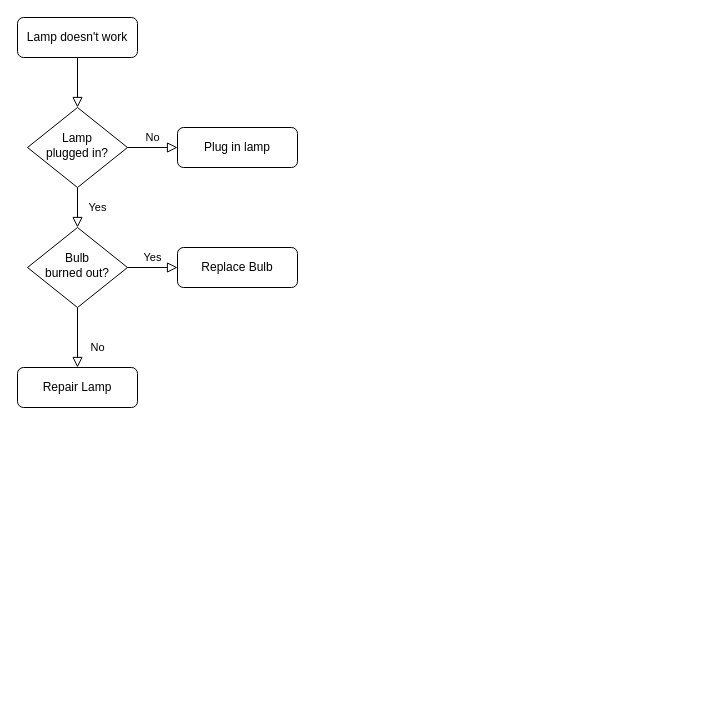
This is FPOO/prova fpoo/Diagrama sem nome.drawio from fefemattoso/1DES, a draw.io file, before an edit. Source tidied: cells renumbered, new cells numbered last; positions are measured from the earlier drawing's top-left corner, leaving out a move shared by most shapes. Both pictures are drawn from the tidied source at 100%, with x=0, y=0 at pixel (17, 17).
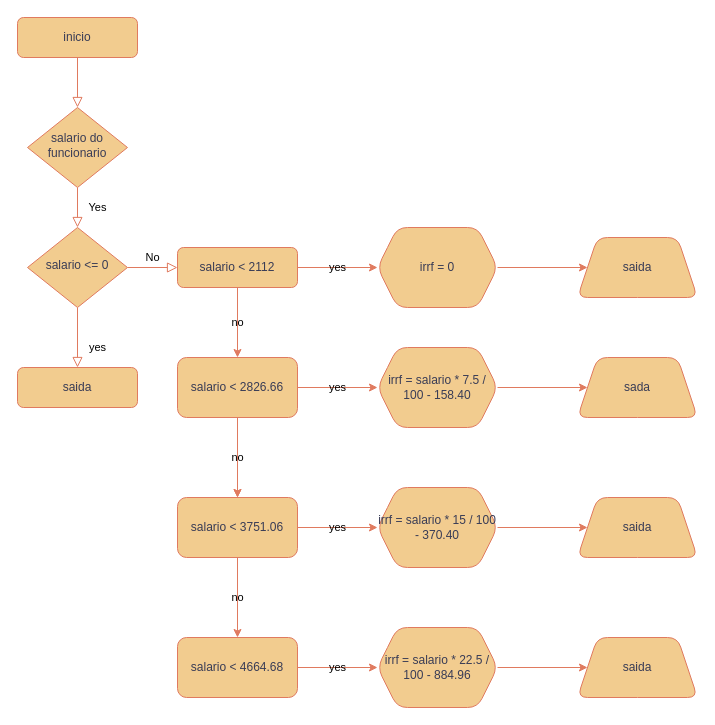
After the change.

What changed in the source:
```diff
@@
-    <mxCell id="2" style="rounded=0;html=1;jettySize=auto;fontSize=11;endArrow=block;endFill=0;endSize=8;strokeWidth=1;shadow=0;labelBackgroundColor=none;edgeStyle=orthogonalEdgeStyle;" parent="1" edge="1" source="3" target="6">
+    <mxCell id="2" style="rounded=0;html=1;jettySize=auto;fontSize=11;endArrow=block;endFill=0;endSize=8;strokeWidth=1;shadow=0;labelBackgroundColor=none;edgeStyle=orthogonalEdgeStyle;strokeColor=#E07A5F;fontColor=default;" parent="1" edge="1" source="3" target="6">
       <mxGeometry relative="1" as="geometry" />
     </mxCell>
-    <mxCell id="3" value="Lamp doesn't work" style="rounded=1;whiteSpace=wrap;html=1;fontSize=12;glass=0;strokeWidth=1;shadow=0;" parent="1" vertex="1">
+    <mxCell id="3" value="inicio" style="rounded=1;whiteSpace=wrap;html=1;fontSize=12;glass=0;strokeWidth=1;shadow=0;labelBackgroundColor=none;fillColor=#F2CC8F;strokeColor=#E07A5F;fontColor=#393C56;" parent="1" vertex="1">
       <mxGeometry width="120" height="40" as="geometry" />
     </mxCell>
-    <mxCell id="4" value="Yes" style="rounded=0;html=1;jettySize=auto;fontSize=11;endArrow=block;endFill=0;endSize=8;strokeWidth=1;shadow=0;labelBackgroundColor=none;edgeStyle=orthogonalEdgeStyle;" parent="1" edge="1" source="6" target="10">
+    <mxCell id="4" value="Yes" style="rounded=0;html=1;jettySize=auto;fontSize=11;endArrow=block;endFill=0;endSize=8;strokeWidth=1;shadow=0;labelBackgroundColor=none;edgeStyle=orthogonalEdgeStyle;strokeColor=#E07A5F;fontColor=default;" parent="1" edge="1" source="6" target="10">
       <mxGeometry y="20" relative="1" as="geometry" />
     </mxCell>
-    <mxCell id="5" value="No" style="edgeStyle=orthogonalEdgeStyle;rounded=0;html=1;jettySize=auto;fontSize=11;endArrow=block;endFill=0;endSize=8;strokeWidth=1;shadow=0;labelBackgroundColor=none;" parent="1" edge="1" source="6" target="7">
-      <mxGeometry y="10" relative="1" as="geometry" />
-    </mxCell>
-    <mxCell id="6" value="Lamp&lt;br&gt;plugged in?" style="rhombus;whiteSpace=wrap;html=1;shadow=0;fontFamily=Helvetica;fontSize=12;align=center;strokeWidth=1;spacing=6;spacingTop=-4;" parent="1" vertex="1">
+    <mxCell id="6" value="salario do funcionario" style="rhombus;whiteSpace=wrap;html=1;shadow=0;fontFamily=Helvetica;fontSize=12;align=center;strokeWidth=1;spacing=6;spacingTop=-4;labelBackgroundColor=none;fillColor=#F2CC8F;strokeColor=#E07A5F;fontColor=#393C56;" parent="1" vertex="1">
       <mxGeometry x="10" y="90" width="100" height="80" as="geometry" />
     </mxCell>
-    <mxCell id="7" value="Plug in lamp" style="rounded=1;whiteSpace=wrap;html=1;fontSize=12;glass=0;strokeWidth=1;shadow=0;" parent="1" vertex="1">
-      <mxGeometry x="160" y="110" width="120" height="40" as="geometry" />
-    </mxCell>
-    <mxCell id="8" value="No" style="rounded=0;html=1;jettySize=auto;fontSize=11;endArrow=block;endFill=0;endSize=8;strokeWidth=1;shadow=0;labelBackgroundColor=none;edgeStyle=orthogonalEdgeStyle;" parent="1" edge="1" source="10" target="11">
+    <mxCell id="8" value="yes" style="rounded=0;html=1;jettySize=auto;fontSize=11;endArrow=block;endFill=0;endSize=8;strokeWidth=1;shadow=0;labelBackgroundColor=none;edgeStyle=orthogonalEdgeStyle;strokeColor=#E07A5F;fontColor=default;" parent="1" edge="1" source="10" target="11">
       <mxGeometry x="0.33" y="20" relative="1" as="geometry" />
     </mxCell>
-    <mxCell id="9" value="Yes" style="edgeStyle=orthogonalEdgeStyle;rounded=0;html=1;jettySize=auto;fontSize=11;endArrow=block;endFill=0;endSize=8;strokeWidth=1;shadow=0;labelBackgroundColor=none;" parent="1" edge="1" source="10" target="12">
+    <mxCell id="9" value="No" style="edgeStyle=orthogonalEdgeStyle;rounded=0;html=1;jettySize=auto;fontSize=11;endArrow=block;endFill=0;endSize=8;strokeWidth=1;shadow=0;labelBackgroundColor=none;strokeColor=#E07A5F;fontColor=default;" parent="1" edge="1" source="10" target="12">
       <mxGeometry y="10" relative="1" as="geometry" />
     </mxCell>
-    <mxCell id="10" value="Bulb&lt;br&gt;burned out?" style="rhombus;whiteSpace=wrap;html=1;shadow=0;fontFamily=Helvetica;fontSize=12;align=center;strokeWidth=1;spacing=6;spacingTop=-4;" parent="1" vertex="1">
+    <mxCell id="10" value="salario &amp;lt;= 0" style="rhombus;whiteSpace=wrap;html=1;shadow=0;fontFamily=Helvetica;fontSize=12;align=center;strokeWidth=1;spacing=6;spacingTop=-4;labelBackgroundColor=none;fillColor=#F2CC8F;strokeColor=#E07A5F;fontColor=#393C56;" parent="1" vertex="1">
       <mxGeometry x="10" y="210" width="100" height="80" as="geometry" />
     </mxCell>
-    <mxCell id="11" value="Repair Lamp" style="rounded=1;whiteSpace=wrap;html=1;fontSize=12;glass=0;strokeWidth=1;shadow=0;" parent="1" vertex="1">
+    <mxCell id="11" value="saida" style="rounded=1;whiteSpace=wrap;html=1;fontSize=12;glass=0;strokeWidth=1;shadow=0;labelBackgroundColor=none;fillColor=#F2CC8F;strokeColor=#E07A5F;fontColor=#393C56;" parent="1" vertex="1">
       <mxGeometry y="350" width="120" height="40" as="geometry" />
     </mxCell>
+    <mxCell id="13" value="yes" style="edgeStyle=orthogonalEdgeStyle;rounded=0;jettySize=auto;html=1;labelBackgroundColor=none;strokeColor=#E07A5F;fontColor=default;" parent="1" edge="1" source="12" target="16">
+      <mxGeometry relative="1" as="geometry" />
+    </mxCell>
+    <mxCell id="14" value="no" style="edgeStyle=orthogonalEdgeStyle;rounded=0;jettySize=auto;html=1;labelBackgroundColor=none;strokeColor=#E07A5F;fontColor=default;" parent="1" edge="1" source="12" target="20">
+      <mxGeometry relative="1" as="geometry" />
+    </mxCell>
-    <mxCell id="12" value="Replace Bulb" style="rounded=1;whiteSpace=wrap;html=1;fontSize=12;glass=0;strokeWidth=1;shadow=0;" parent="1" vertex="1">
+    <mxCell id="12" value="salario &amp;lt; 2112" style="rounded=1;whiteSpace=wrap;html=1;fontSize=12;glass=0;strokeWidth=1;shadow=0;labelBackgroundColor=none;fillColor=#F2CC8F;strokeColor=#E07A5F;fontColor=#393C56;" parent="1" vertex="1">
       <mxGeometry x="160" y="230" width="120" height="40" as="geometry" />
     </mxCell>
+    <mxCell id="15" style="edgeStyle=orthogonalEdgeStyle;rounded=0;jettySize=auto;html=1;labelBackgroundColor=none;strokeColor=#E07A5F;fontColor=default;" parent="1" edge="1" source="16" target="33">
+      <mxGeometry relative="1" as="geometry" />
+    </mxCell>
+    <mxCell id="16" value="irrf = 0" style="shape=hexagon;perimeter=hexagonPerimeter2;whiteSpace=wrap;html=1;fixedSize=1;rounded=1;glass=0;strokeWidth=1;shadow=0;labelBackgroundColor=none;fillColor=#F2CC8F;strokeColor=#E07A5F;fontColor=#393C56;" parent="1" vertex="1">
+      <mxGeometry x="360" y="210" width="120" height="80" as="geometry" />
+    </mxCell>
+    <mxCell id="17" value="yes" style="edgeStyle=orthogonalEdgeStyle;rounded=0;jettySize=auto;html=1;labelBackgroundColor=none;strokeColor=#E07A5F;fontColor=default;" parent="1" edge="1" source="20" target="23">
+      <mxGeometry relative="1" as="geometry" />
+    </mxCell>
+    <mxCell id="18" value="no" style="edgeStyle=orthogonalEdgeStyle;rounded=0;jettySize=auto;html=1;labelBackgroundColor=none;strokeColor=#E07A5F;fontColor=default;" parent="1" edge="1" source="20">
+      <mxGeometry relative="1" as="geometry">
+        <mxPoint x="220" y="480" as="targetPoint" />
+      </mxGeometry>
+    </mxCell>
+    <mxCell id="19" style="edgeStyle=orthogonalEdgeStyle;rounded=0;jettySize=auto;html=1;labelBackgroundColor=none;strokeColor=#E07A5F;fontColor=default;" parent="1" edge="1" source="20" target="26">
+      <mxGeometry relative="1" as="geometry" />
+    </mxCell>
+    <mxCell id="20" value="salario &amp;lt; 2826.66" style="rounded=1;whiteSpace=wrap;html=1;glass=0;strokeWidth=1;shadow=0;labelBackgroundColor=none;fillColor=#F2CC8F;strokeColor=#E07A5F;fontColor=#393C56;" parent="1" vertex="1">
+      <mxGeometry x="160" y="340" width="120" height="60" as="geometry" />
+    </mxCell>
+    <mxCell id="21" style="edgeStyle=orthogonalEdgeStyle;rounded=0;orthogonalLoop=1;jettySize=auto;html=1;exitX=0.5;exitY=1;exitDx=0;exitDy=0;labelBackgroundColor=none;strokeColor=#E07A5F;fontColor=default;" parent="1" edge="1" source="20" target="20">
+      <mxGeometry relative="1" as="geometry" />
+    </mxCell>
+    <mxCell id="22" style="edgeStyle=orthogonalEdgeStyle;rounded=0;jettySize=auto;html=1;labelBackgroundColor=none;strokeColor=#E07A5F;fontColor=default;" parent="1" edge="1" source="23" target="34">
+      <mxGeometry relative="1" as="geometry" />
+    </mxCell>
+    <mxCell id="23" value="irrf = salario * 7.5 / 100 - 158.40" style="shape=hexagon;perimeter=hexagonPerimeter2;whiteSpace=wrap;html=1;fixedSize=1;rounded=1;glass=0;strokeWidth=1;shadow=0;labelBackgroundColor=none;fillColor=#F2CC8F;strokeColor=#E07A5F;fontColor=#393C56;" parent="1" vertex="1">
+      <mxGeometry x="360" y="330" width="120" height="80" as="geometry" />
+    </mxCell>
+    <mxCell id="24" value="yes" style="edgeStyle=orthogonalEdgeStyle;rounded=0;jettySize=auto;html=1;labelBackgroundColor=none;strokeColor=#E07A5F;fontColor=default;" parent="1" edge="1" source="26" target="28">
+      <mxGeometry relative="1" as="geometry" />
+    </mxCell>
+    <mxCell id="25" value="no" style="edgeStyle=orthogonalEdgeStyle;rounded=0;jettySize=auto;html=1;labelBackgroundColor=none;strokeColor=#E07A5F;fontColor=default;" parent="1" edge="1" source="26" target="30">
+      <mxGeometry relative="1" as="geometry" />
+    </mxCell>
+    <mxCell id="26" value="salario &amp;lt; 3751.06" style="whiteSpace=wrap;html=1;rounded=1;glass=0;strokeWidth=1;shadow=0;labelBackgroundColor=none;fillColor=#F2CC8F;strokeColor=#E07A5F;fontColor=#393C56;" parent="1" vertex="1">
+      <mxGeometry x="160" y="480" width="120" height="60" as="geometry" />
+    </mxCell>
+    <mxCell id="27" style="edgeStyle=orthogonalEdgeStyle;rounded=0;jettySize=auto;html=1;labelBackgroundColor=none;strokeColor=#E07A5F;fontColor=default;" parent="1" edge="1" source="28" target="35">
+      <mxGeometry relative="1" as="geometry" />
+    </mxCell>
+    <mxCell id="28" value="irrf = salario * 15 / 100 - 370.40" style="shape=hexagon;perimeter=hexagonPerimeter2;whiteSpace=wrap;html=1;fixedSize=1;rounded=1;glass=0;strokeWidth=1;shadow=0;labelBackgroundColor=none;fillColor=#F2CC8F;strokeColor=#E07A5F;fontColor=#393C56;" parent="1" vertex="1">
+      <mxGeometry x="360" y="470" width="120" height="80" as="geometry" />
+    </mxCell>
+    <mxCell id="29" value="yes" style="edgeStyle=orthogonalEdgeStyle;rounded=0;jettySize=auto;html=1;labelBackgroundColor=none;strokeColor=#E07A5F;fontColor=default;" parent="1" edge="1" source="30" target="32">
+      <mxGeometry relative="1" as="geometry" />
+    </mxCell>
+    <mxCell id="30" value="salario &amp;lt; 4664.68" style="whiteSpace=wrap;html=1;rounded=1;glass=0;strokeWidth=1;shadow=0;labelBackgroundColor=none;fillColor=#F2CC8F;strokeColor=#E07A5F;fontColor=#393C56;" parent="1" vertex="1">
+      <mxGeometry x="160" y="620" width="120" height="60" as="geometry" />
+    </mxCell>
+    <mxCell id="31" style="edgeStyle=orthogonalEdgeStyle;rounded=0;jettySize=auto;html=1;labelBackgroundColor=none;strokeColor=#E07A5F;fontColor=default;" parent="1" edge="1" source="32" target="36">
+      <mxGeometry relative="1" as="geometry" />
+    </mxCell>
+    <mxCell id="32" value="irrf = salario * 22.5 / 100 - 884.96" style="shape=hexagon;perimeter=hexagonPerimeter2;whiteSpace=wrap;html=1;fixedSize=1;rounded=1;glass=0;strokeWidth=1;shadow=0;labelBackgroundColor=none;fillColor=#F2CC8F;strokeColor=#E07A5F;fontColor=#393C56;" parent="1" vertex="1">
+      <mxGeometry x="360" y="610" width="120" height="80" as="geometry" />
+    </mxCell>
+    <mxCell id="33" value="saida" style="shape=trapezoid;perimeter=trapezoidPerimeter;whiteSpace=wrap;html=1;fixedSize=1;rounded=1;glass=0;strokeWidth=1;shadow=0;labelBackgroundColor=none;fillColor=#F2CC8F;strokeColor=#E07A5F;fontColor=#393C56;" parent="1" vertex="1">
+      <mxGeometry x="560" y="220" width="120" height="60" as="geometry" />
+    </mxCell>
+    <mxCell id="34" value="sada" style="shape=trapezoid;perimeter=trapezoidPerimeter;whiteSpace=wrap;html=1;fixedSize=1;rounded=1;glass=0;strokeWidth=1;shadow=0;labelBackgroundColor=none;fillColor=#F2CC8F;strokeColor=#E07A5F;fontColor=#393C56;" parent="1" vertex="1">
+      <mxGeometry x="560" y="340" width="120" height="60" as="geometry" />
+    </mxCell>
+    <mxCell id="35" value="saida" style="shape=trapezoid;perimeter=trapezoidPerimeter;whiteSpace=wrap;html=1;fixedSize=1;rounded=1;glass=0;strokeWidth=1;shadow=0;labelBackgroundColor=none;fillColor=#F2CC8F;strokeColor=#E07A5F;fontColor=#393C56;" parent="1" vertex="1">
+      <mxGeometry x="560" y="480" width="120" height="60" as="geometry" />
+    </mxCell>
+    <mxCell id="36" value="saida" style="shape=trapezoid;perimeter=trapezoidPerimeter;whiteSpace=wrap;html=1;fixedSize=1;rounded=1;glass=0;strokeWidth=1;shadow=0;labelBackgroundColor=none;fillColor=#F2CC8F;strokeColor=#E07A5F;fontColor=#393C56;" parent="1" vertex="1">
+      <mxGeometry x="560" y="620" width="120" height="60" as="geometry" />
+    </mxCell>
```
